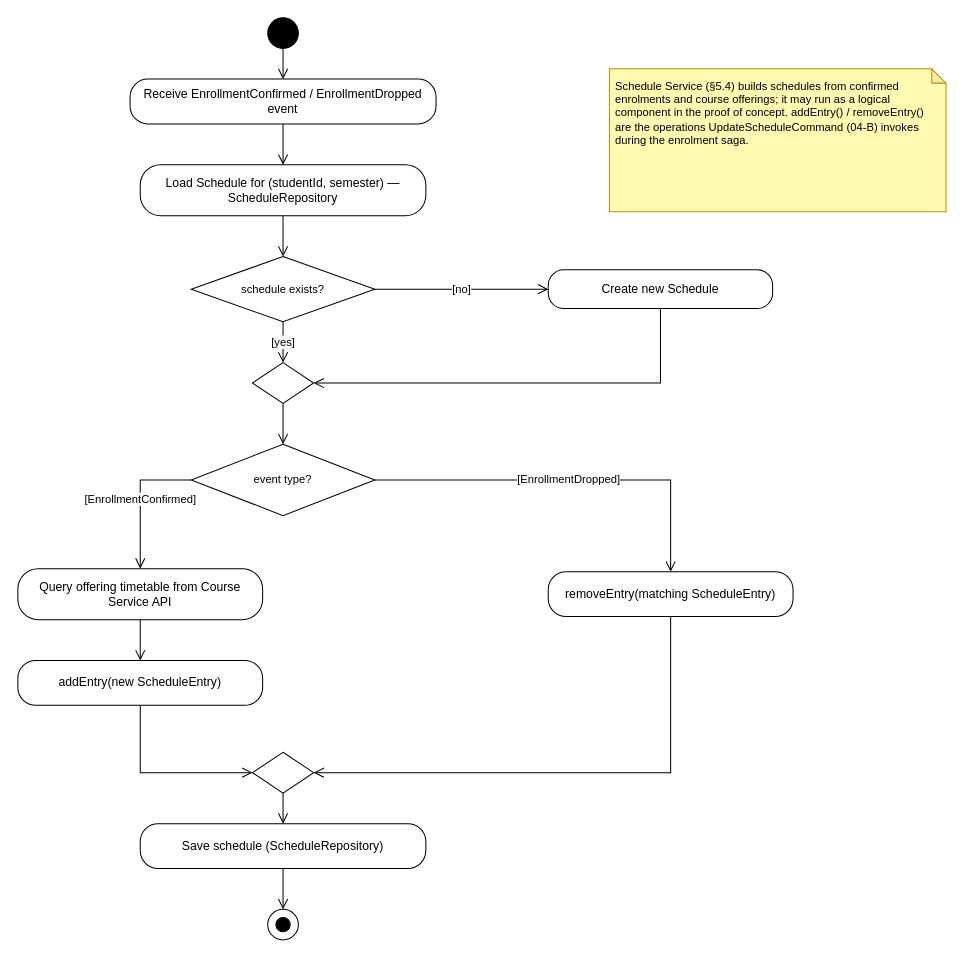
Above: Diagrams/Activity_diagrams/act-4-schedule.drawio in Tharusha-dev/soft_architect_redda (draw.io), before the change. Source tidied: cells renumbered, new cells numbered last; positions are measured from the earlier drawing's top-left corner, leaving out a move shared by most shapes. Both pictures are drawn from the tidied source at 102%, with x=0, y=0 at pixel (17, 17).
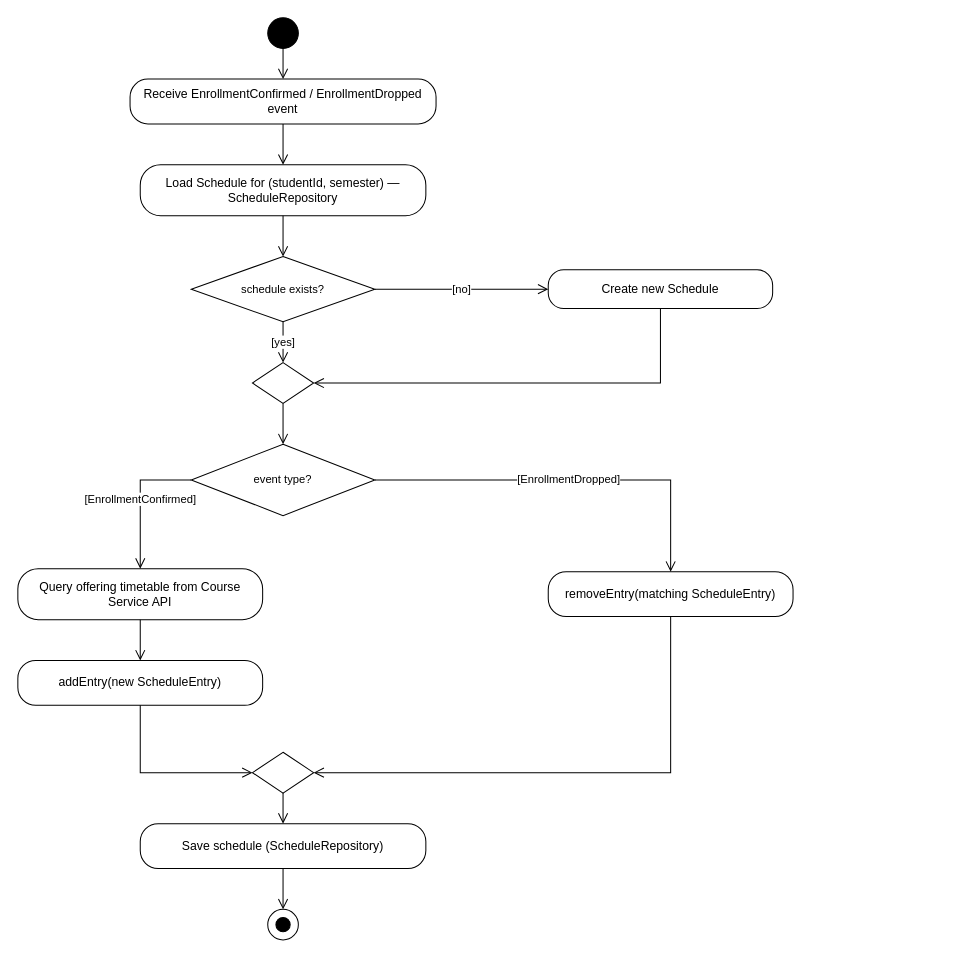
After the change.

What changed in the source:
```diff
@@
-    <mxCell id="16" value="Schedule Service (§5.4) builds schedules from confirmed enrolments and course offerings; it may run as a logical component in the proof of concept. addEntry() / removeEntry() are the operations UpdateScheduleCommand (04-B) invokes during the enrolment saga." style="shape=note;whiteSpace=wrap;html=1;backgroundOutline=1;darkOpacity=0.05;fillColor=#FFF9B2;strokeColor=#B09500;size=14;align=left;verticalAlign=top;spacing=6;fontSize=11;" parent="1" vertex="1">
-      <mxGeometry x="580" y="50" width="330" height="140" as="geometry" />
-    </mxCell>
```
